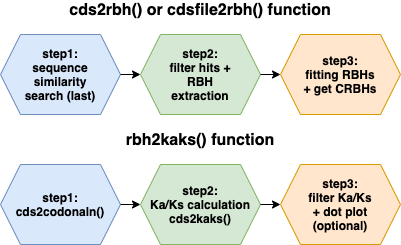
This is vignettes/cds2rbhoverview.png from kullrich/CRBHits, a draw.io export, as it was before one commit. Source tidied: cells renumbered, new cells last; positions are measured from the earlier drawing's top-left corner, leaving out a move shared by most shapes. The source it was exported from:
```xml
<mxGraphModel>
  <root>
    <mxCell id="0" />
    <mxCell id="1" parent="0" />
    <mxCell id="2" style="shape=hexagon;perimeter=hexagonPerimeter2;whiteSpace=wrap;html=1;fixedSize=1;fillColor=#dae8fc;strokeColor=#6c8ebf;" parent="1" vertex="1">
      <mxGeometry y="34" width="120" height="80" as="geometry" />
    </mxCell>
    <mxCell id="3" value="&lt;b&gt;step1:&lt;br&gt;sequence similarity search (last)&lt;br&gt;&lt;/b&gt;" style="text;html=1;strokeColor=none;fillColor=none;align=center;verticalAlign=middle;whiteSpace=wrap;rounded=0;" parent="1" vertex="1">
      <mxGeometry x="20" y="64" width="80" height="20" as="geometry" />
    </mxCell>
    <mxCell id="4" style="shape=hexagon;perimeter=hexagonPerimeter2;whiteSpace=wrap;html=1;fixedSize=1;fillColor=#d5e8d4;strokeColor=#82b366;" parent="1" vertex="1">
      <mxGeometry x="140" y="34" width="120" height="80" as="geometry" />
    </mxCell>
    <mxCell id="5" value="&lt;b&gt;step2:&lt;br&gt;filter hits + RBH extraction&lt;br&gt;&lt;/b&gt;" style="text;html=1;strokeColor=none;fillColor=none;align=center;verticalAlign=middle;whiteSpace=wrap;rounded=0;" parent="1" vertex="1">
      <mxGeometry x="160" y="64" width="80" height="20" as="geometry" />
    </mxCell>
    <mxCell id="6" style="shape=hexagon;perimeter=hexagonPerimeter2;whiteSpace=wrap;html=1;fixedSize=1;fillColor=#ffe6cc;strokeColor=#d79b00;" parent="1" vertex="1">
      <mxGeometry x="280" y="34" width="120" height="80" as="geometry" />
    </mxCell>
    <mxCell id="7" value="&lt;b&gt;step3:&lt;br&gt;fitting RBHs + get CRBHs&lt;br&gt;&lt;/b&gt;" style="text;html=1;strokeColor=none;fillColor=none;align=center;verticalAlign=middle;whiteSpace=wrap;rounded=0;" parent="1" vertex="1">
      <mxGeometry x="300" y="64" width="80" height="20" as="geometry" />
    </mxCell>
    <mxCell id="8" style="endArrow=classic;html=1;exitX=1;exitY=0.5;exitDx=0;exitDy=0;entryX=0;entryY=0.5;entryDx=0;entryDy=0;" parent="1" edge="1" source="2" target="4">
      <mxGeometry relative="1" as="geometry" />
    </mxCell>
    <mxCell id="9" style="endArrow=classic;html=1;exitX=1;exitY=0.5;exitDx=0;exitDy=0;entryX=0;entryY=0.5;entryDx=0;entryDy=0;" parent="1" edge="1" source="4" target="6">
      <mxGeometry relative="1" as="geometry" />
    </mxCell>
    <mxCell id="10" value="&lt;b style=&quot;font-size: 16px&quot;&gt;cds2rbh() or cdsfile2rbh() function&lt;/b&gt;" style="text;html=1;strokeColor=none;fillColor=none;align=center;verticalAlign=middle;whiteSpace=wrap;rounded=0;fontSize=16;" parent="1" vertex="1">
      <mxGeometry x="20" width="360" height="20" as="geometry" />
    </mxCell>
    <mxCell id="11" style="shape=hexagon;perimeter=hexagonPerimeter2;whiteSpace=wrap;html=1;fixedSize=1;fillColor=#dae8fc;strokeColor=#6c8ebf;" parent="1" vertex="1">
      <mxGeometry y="164" width="120" height="80" as="geometry" />
    </mxCell>
    <mxCell id="12" value="&lt;b&gt;step1:&lt;br&gt;cds2codonaln()&lt;br&gt;&lt;/b&gt;" style="text;html=1;strokeColor=none;fillColor=none;align=center;verticalAlign=middle;whiteSpace=wrap;rounded=0;" parent="1" vertex="1">
      <mxGeometry x="20" y="194" width="80" height="20" as="geometry" />
    </mxCell>
    <mxCell id="13" style="shape=hexagon;perimeter=hexagonPerimeter2;whiteSpace=wrap;html=1;fixedSize=1;fillColor=#d5e8d4;strokeColor=#82b366;" parent="1" vertex="1">
      <mxGeometry x="140" y="164" width="120" height="80" as="geometry" />
    </mxCell>
    <mxCell id="14" value="&lt;b&gt;step2:&lt;br&gt;Ka/Ks calculation&lt;br&gt;cds2kaks()&lt;br&gt;&lt;/b&gt;" style="text;html=1;strokeColor=none;fillColor=none;align=center;verticalAlign=middle;whiteSpace=wrap;rounded=0;" parent="1" vertex="1">
      <mxGeometry x="140" y="194" width="120" height="20" as="geometry" />
    </mxCell>
    <mxCell id="15" style="shape=hexagon;perimeter=hexagonPerimeter2;whiteSpace=wrap;html=1;fixedSize=1;fillColor=#ffe6cc;strokeColor=#d79b00;" parent="1" vertex="1">
      <mxGeometry x="280" y="164" width="120" height="80" as="geometry" />
    </mxCell>
    <mxCell id="16" value="&lt;b&gt;step3:&lt;br&gt;filter Ka/Ks&lt;br&gt;+ dot plot (optional)&lt;br&gt;&lt;/b&gt;" style="text;html=1;strokeColor=none;fillColor=none;align=center;verticalAlign=middle;whiteSpace=wrap;rounded=0;" parent="1" vertex="1">
      <mxGeometry x="300" y="194" width="80" height="20" as="geometry" />
    </mxCell>
    <mxCell id="17" style="endArrow=classic;html=1;exitX=1;exitY=0.5;exitDx=0;exitDy=0;entryX=0;entryY=0.5;entryDx=0;entryDy=0;" parent="1" edge="1" source="11" target="13">
      <mxGeometry relative="1" as="geometry" />
    </mxCell>
    <mxCell id="18" style="endArrow=classic;html=1;exitX=1;exitY=0.5;exitDx=0;exitDy=0;entryX=0;entryY=0.5;entryDx=0;entryDy=0;" parent="1" edge="1" source="13" target="15">
      <mxGeometry relative="1" as="geometry" />
    </mxCell>
    <mxCell id="19" value="&lt;b style=&quot;font-size: 16px&quot;&gt;rbh2kaks() function&lt;/b&gt;" style="text;html=1;strokeColor=none;fillColor=none;align=center;verticalAlign=middle;whiteSpace=wrap;rounded=0;fontSize=16;" parent="1" vertex="1">
      <mxGeometry x="20" y="130" width="360" height="20" as="geometry" />
    </mxCell>
  </root>
</mxGraphModel>
```
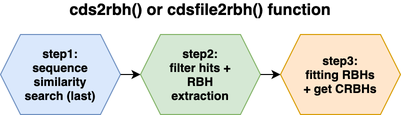
The same diagram one commit later.

Change to the diagram source:
```diff
@@ -29,32 +29,5 @@
     <mxCell id="10" value="&lt;b style=&quot;font-size: 16px&quot;&gt;cds2rbh() or cdsfile2rbh() function&lt;/b&gt;" style="text;html=1;strokeColor=none;fillColor=none;align=center;verticalAlign=middle;whiteSpace=wrap;rounded=0;fontSize=16;" parent="1" vertex="1">
       <mxGeometry x="20" width="360" height="20" as="geometry" />
     </mxCell>
-    <mxCell id="11" style="shape=hexagon;perimeter=hexagonPerimeter2;whiteSpace=wrap;html=1;fixedSize=1;fillColor=#dae8fc;strokeColor=#6c8ebf;" parent="1" vertex="1">
-      <mxGeometry y="164" width="120" height="80" as="geometry" />
-    </mxCell>
-    <mxCell id="12" value="&lt;b&gt;step1:&lt;br&gt;cds2codonaln()&lt;br&gt;&lt;/b&gt;" style="text;html=1;strokeColor=none;fillColor=none;align=center;verticalAlign=middle;whiteSpace=wrap;rounded=0;" parent="1" vertex="1">
-      <mxGeometry x="20" y="194" width="80" height="20" as="geometry" />
-    </mxCell>
-    <mxCell id="13" style="shape=hexagon;perimeter=hexagonPerimeter2;whiteSpace=wrap;html=1;fixedSize=1;fillColor=#d5e8d4;strokeColor=#82b366;" parent="1" vertex="1">
-      <mxGeometry x="140" y="164" width="120" height="80" as="geometry" />
-    </mxCell>
-    <mxCell id="14" value="&lt;b&gt;step2:&lt;br&gt;Ka/Ks calculation&lt;br&gt;cds2kaks()&lt;br&gt;&lt;/b&gt;" style="text;html=1;strokeColor=none;fillColor=none;align=center;verticalAlign=middle;whiteSpace=wrap;rounded=0;" parent="1" vertex="1">
-      <mxGeometry x="140" y="194" width="120" height="20" as="geometry" />
-    </mxCell>
-    <mxCell id="15" style="shape=hexagon;perimeter=hexagonPerimeter2;whiteSpace=wrap;html=1;fixedSize=1;fillColor=#ffe6cc;strokeColor=#d79b00;" parent="1" vertex="1">
-      <mxGeometry x="280" y="164" width="120" height="80" as="geometry" />
-    </mxCell>
-    <mxCell id="16" value="&lt;b&gt;step3:&lt;br&gt;filter Ka/Ks&lt;br&gt;+ dot plot (optional)&lt;br&gt;&lt;/b&gt;" style="text;html=1;strokeColor=none;fillColor=none;align=center;verticalAlign=middle;whiteSpace=wrap;rounded=0;" parent="1" vertex="1">
-      <mxGeometry x="300" y="194" width="80" height="20" as="geometry" />
-    </mxCell>
-    <mxCell id="17" style="endArrow=classic;html=1;exitX=1;exitY=0.5;exitDx=0;exitDy=0;entryX=0;entryY=0.5;entryDx=0;entryDy=0;" parent="1" edge="1" source="11" target="13">
-      <mxGeometry relative="1" as="geometry" />
-    </mxCell>
-    <mxCell id="18" style="endArrow=classic;html=1;exitX=1;exitY=0.5;exitDx=0;exitDy=0;entryX=0;entryY=0.5;entryDx=0;entryDy=0;" parent="1" edge="1" source="13" target="15">
-      <mxGeometry relative="1" as="geometry" />
-    </mxCell>
-    <mxCell id="19" value="&lt;b style=&quot;font-size: 16px&quot;&gt;rbh2kaks() function&lt;/b&gt;" style="text;html=1;strokeColor=none;fillColor=none;align=center;verticalAlign=middle;whiteSpace=wrap;rounded=0;fontSize=16;" parent="1" vertex="1">
-      <mxGeometry x="20" y="130" width="360" height="20" as="geometry" />
-    </mxCell>
   </root>
 </mxGraphModel>
```
